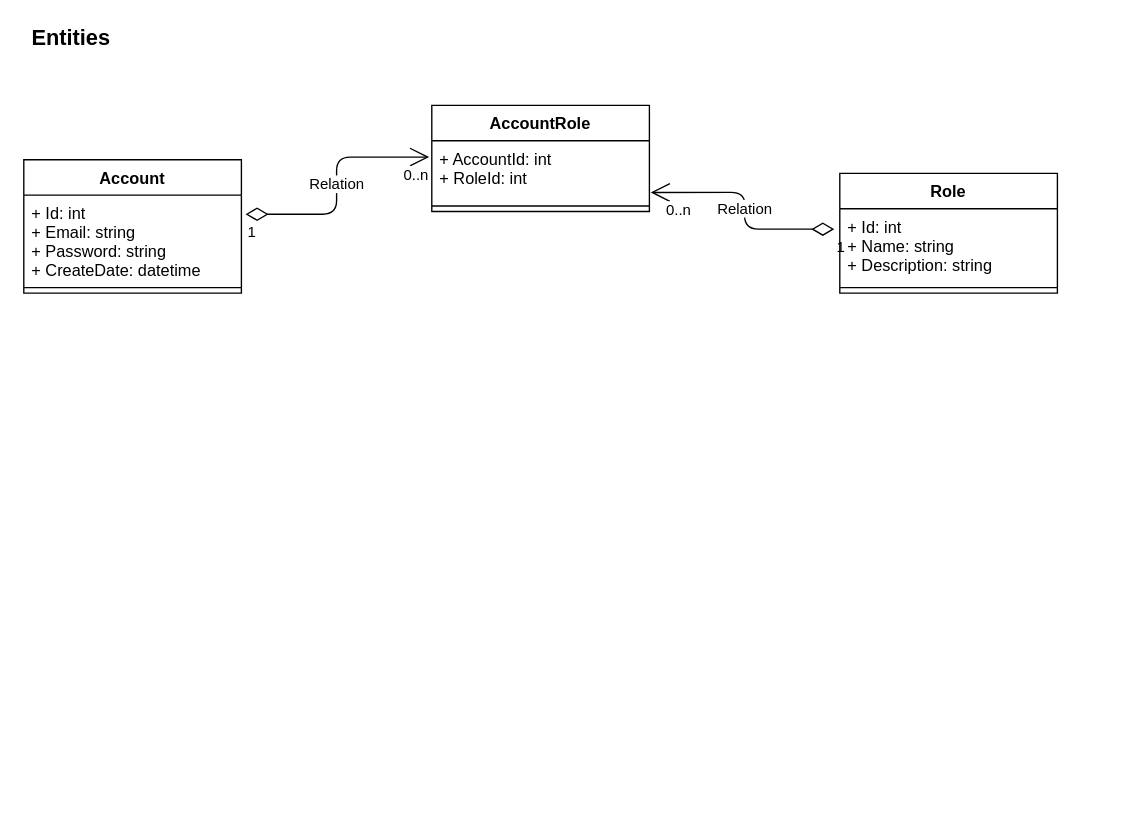
Magicianred/base-webapi-accounts-network keeps this draw.io diagram as Project/Diagrams/entities.drawio. Above is the earlier version. Source tidied: cells renumbered, new cells numbered last; positions are measured from the earlier drawing's top-left corner, leaving out a move shared by most shapes. Both pictures are drawn from the tidied source at 136%, with x=0, y=0 at pixel (23, 23).
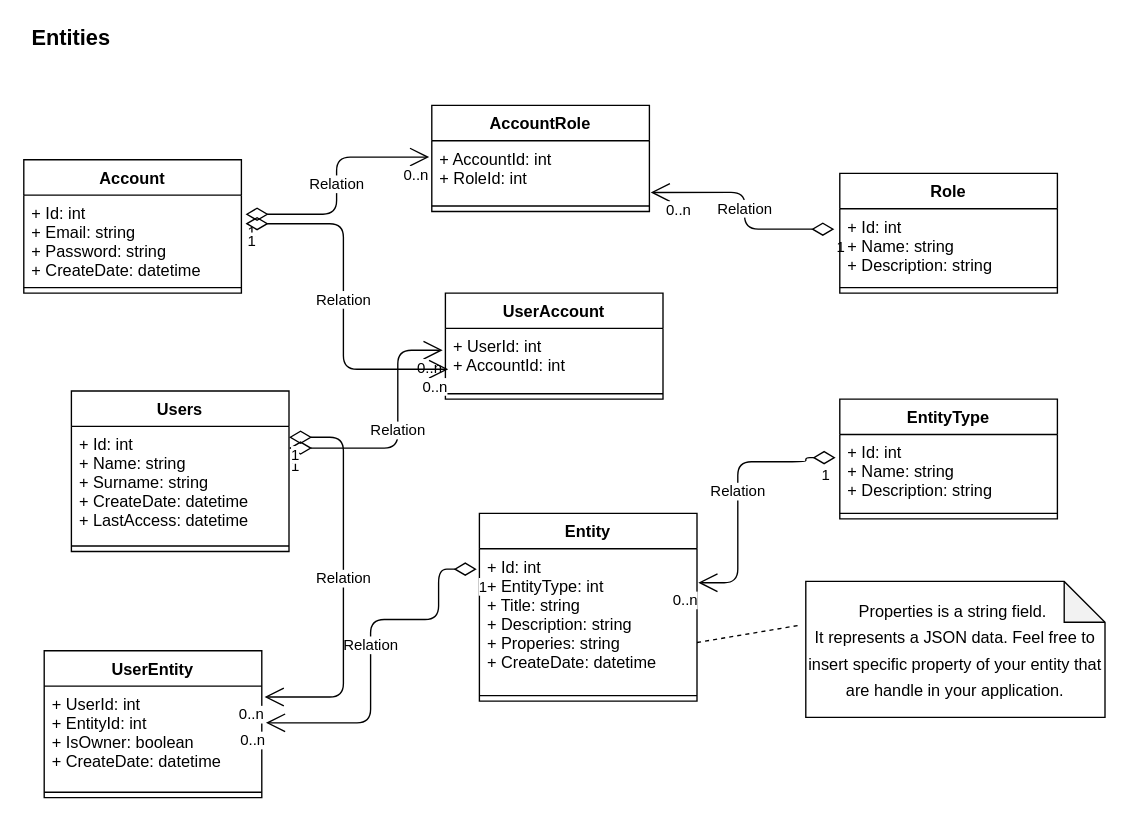
After the change.

Commit message (it also covers changes not shown here):
added some entities in the diagram

The change refers to these unchanged cells:
```xml
<mxCell id="12" value="+ Id: int&#10;+ Email: string&#10;+ Password: string&#10;+ CreateDate: datetime" style="text;strokeColor=none;fillColor=none;align=left;verticalAlign=top;spacingLeft=4;spacingRight=4;overflow=hidden;points=[[0,0.5],[1,0.5]];portConstraint=eastwest;" parent="11" vertex="1">
  <mxGeometry y="26" width="160" height="64" as="geometry" />
</mxCell>
```

What changed in the source:
```diff
@@
+    <mxCell id="18" value="Users" style="swimlane;fontStyle=1;align=center;verticalAlign=top;horizontal=1;startSize=26;" parent="1" vertex="1">
+      <mxGeometry x="35" y="270" width="160" height="118" as="geometry" />
+    </mxCell>
+    <mxCell id="19" value="+ Id: int&#10;+ Name: string&#10;+ Surname: string&#10;+ CreateDate: datetime&#10;+ LastAccess: datetime" style="text;strokeColor=none;fillColor=none;align=left;verticalAlign=top;spacingLeft=4;spacingRight=4;overflow=hidden;points=[[0,0.5],[1,0.5]];portConstraint=eastwest;" parent="18" vertex="1">
+      <mxGeometry y="26" width="160" height="84" as="geometry" />
+    </mxCell>
+    <mxCell id="20" style="line;strokeWidth=1;fillColor=none;align=left;verticalAlign=middle;spacingTop=-1;spacingLeft=3;spacingRight=3;labelPosition=right;" parent="18" vertex="1">
+      <mxGeometry y="110" width="160" height="8" as="geometry" />
+    </mxCell>
+    <mxCell id="21" value="UserAccount" style="swimlane;fontStyle=1;align=center;verticalAlign=top;horizontal=1;startSize=26;" parent="1" vertex="1">
+      <mxGeometry x="310" y="198" width="160" height="78" as="geometry" />
+    </mxCell>
+    <mxCell id="22" value="+ UserId: int&#10;+ AccountId: int" style="text;strokeColor=none;fillColor=none;align=left;verticalAlign=top;spacingLeft=4;spacingRight=4;overflow=hidden;points=[[0,0.5],[1,0.5]];portConstraint=eastwest;" parent="21" vertex="1">
+      <mxGeometry y="26" width="160" height="44" as="geometry" />
+    </mxCell>
+    <mxCell id="23" style="line;strokeWidth=1;fillColor=none;align=left;verticalAlign=middle;spacingTop=-1;spacingLeft=3;spacingRight=3;labelPosition=right;" parent="21" vertex="1">
+      <mxGeometry y="70" width="160" height="8" as="geometry" />
+    </mxCell>
+    <mxCell id="24" value="Relation" style="endArrow=open;html=1;endSize=12;startArrow=diamondThin;startSize=14;startFill=0;edgeStyle=orthogonalEdgeStyle;exitX=1;exitY=0.19;exitDx=0;exitDy=0;exitPerimeter=0;" parent="1" edge="1" source="19">
+      <mxGeometry relative="1" as="geometry">
+        <mxPoint x="308" y="240" as="targetPoint" />
+        <Array as="points">
+          <mxPoint x="275" y="312" />
+          <mxPoint x="275" y="240" />
+        </Array>
+      </mxGeometry>
+    </mxCell>
+    <mxCell id="25" value="1" style="edgeLabel;html=1;align=left;verticalAlign=top;" parent="24" vertex="1">
+      <mxGeometry x="-1" relative="1" as="geometry" />
+    </mxCell>
+    <mxCell id="26" value="&lt;span style=&quot;text-align: left&quot;&gt;0..n&lt;/span&gt;" style="edgeLabel;html=1;align=right;verticalAlign=top;" parent="24" vertex="1">
+      <mxGeometry x="1" relative="1" as="geometry" />
+    </mxCell>
+    <mxCell id="27" value="Relation" style="endArrow=open;html=1;endSize=12;startArrow=diamondThin;startSize=14;startFill=0;edgeStyle=orthogonalEdgeStyle;exitX=1.019;exitY=0.328;exitDx=0;exitDy=0;exitPerimeter=0;entryX=0.013;entryY=0.682;entryDx=0;entryDy=0;entryPerimeter=0;" parent="1" edge="1" source="12" target="22">
+      <mxGeometry relative="1" as="geometry" />
+    </mxCell>
+    <mxCell id="28" value="1" style="edgeLabel;html=1;align=left;verticalAlign=top;" parent="27" vertex="1">
+      <mxGeometry x="-1" relative="1" as="geometry" />
+    </mxCell>
+    <mxCell id="29" value="&lt;span style=&quot;text-align: left&quot;&gt;0..n&lt;/span&gt;" style="edgeLabel;html=1;align=right;verticalAlign=top;" parent="27" vertex="1">
+      <mxGeometry x="1" relative="1" as="geometry" />
+    </mxCell>
+    <mxCell id="30" value="EntityType" style="swimlane;fontStyle=1;align=center;verticalAlign=top;horizontal=1;startSize=26;" parent="1" vertex="1">
+      <mxGeometry x="600" y="276" width="160" height="88" as="geometry" />
+    </mxCell>
+    <mxCell id="31" value="+ Id: int&#10;+ Name: string&#10;+ Description: string" style="text;strokeColor=none;fillColor=none;align=left;verticalAlign=top;spacingLeft=4;spacingRight=4;overflow=hidden;points=[[0,0.5],[1,0.5]];portConstraint=eastwest;" parent="30" vertex="1">
+      <mxGeometry y="26" width="160" height="54" as="geometry" />
+    </mxCell>
+    <mxCell id="32" style="line;strokeWidth=1;fillColor=none;align=left;verticalAlign=middle;spacingTop=-1;spacingLeft=3;spacingRight=3;labelPosition=right;" parent="30" vertex="1">
+      <mxGeometry y="80" width="160" height="8" as="geometry" />
+    </mxCell>
+    <mxCell id="33" value="&lt;font style=&quot;font-size: 12px&quot;&gt;Properties is a string field.&amp;nbsp;&lt;br&gt;It represents a JSON data. Feel free to insert specific property of your entity that are handle in your application.&lt;/font&gt;" style="shape=note;whiteSpace=wrap;html=1;backgroundOutline=1;darkOpacity=0.05;fontSize=16;" parent="1" vertex="1">
+      <mxGeometry x="575" y="410" width="220" height="100" as="geometry" />
+    </mxCell>
+    <mxCell id="34" value="Entity" style="swimlane;fontStyle=1;align=center;verticalAlign=top;horizontal=1;startSize=26;" parent="1" vertex="1">
+      <mxGeometry x="335" y="360" width="160" height="138" as="geometry" />
+    </mxCell>
+    <mxCell id="35" value="+ Id: int&#10;+ EntityType: int&#10;+ Title: string&#10;+ Description: string&#10;+ Properies: string&#10;+ CreateDate: datetime" style="text;strokeColor=none;fillColor=none;align=left;verticalAlign=top;spacingLeft=4;spacingRight=4;overflow=hidden;points=[[0,0.5],[1,0.5]];portConstraint=eastwest;" parent="34" vertex="1">
+      <mxGeometry y="26" width="160" height="104" as="geometry" />
+    </mxCell>
+    <mxCell id="36" style="line;strokeWidth=1;fillColor=none;align=left;verticalAlign=middle;spacingTop=-1;spacingLeft=3;spacingRight=3;labelPosition=right;" parent="34" vertex="1">
+      <mxGeometry y="130" width="160" height="8" as="geometry" />
+    </mxCell>
+    <mxCell id="37" style="endArrow=none;dashed=1;html=1;fontSize=16;exitX=1;exitY=0.663;exitDx=0;exitDy=0;exitPerimeter=0;entryX=-0.014;entryY=0.32;entryDx=0;entryDy=0;entryPerimeter=0;" parent="1" edge="1" source="35" target="33">
+      <mxGeometry relative="1" as="geometry" />
+    </mxCell>
+    <mxCell id="38" value="UserEntity" style="swimlane;fontStyle=1;align=center;verticalAlign=top;horizontal=1;startSize=26;" parent="1" vertex="1">
+      <mxGeometry x="15" y="461" width="160" height="108" as="geometry" />
+    </mxCell>
+    <mxCell id="39" value="+ UserId: int&#10;+ EntityId: int&#10;+ IsOwner: boolean&#10;+ CreateDate: datetime" style="text;strokeColor=none;fillColor=none;align=left;verticalAlign=top;spacingLeft=4;spacingRight=4;overflow=hidden;points=[[0,0.5],[1,0.5]];portConstraint=eastwest;" parent="38" vertex="1">
+      <mxGeometry y="26" width="160" height="74" as="geometry" />
+    </mxCell>
+    <mxCell id="40" style="line;strokeWidth=1;fillColor=none;align=left;verticalAlign=middle;spacingTop=-1;spacingLeft=3;spacingRight=3;labelPosition=right;" parent="38" vertex="1">
+      <mxGeometry y="100" width="160" height="8" as="geometry" />
+    </mxCell>
+    <mxCell id="41" value="Relation" style="endArrow=open;html=1;endSize=12;startArrow=diamondThin;startSize=14;startFill=0;edgeStyle=orthogonalEdgeStyle;exitX=-0.019;exitY=0.315;exitDx=0;exitDy=0;exitPerimeter=0;entryX=1.006;entryY=0.24;entryDx=0;entryDy=0;entryPerimeter=0;" parent="1" edge="1" source="31" target="35">
+      <mxGeometry relative="1" as="geometry">
+        <Array as="points">
+          <mxPoint x="575" y="319" />
+          <mxPoint x="575" y="322" />
+          <mxPoint x="525" y="322" />
+          <mxPoint x="525" y="411" />
+        </Array>
+      </mxGeometry>
+    </mxCell>
+    <mxCell id="42" value="1" style="edgeLabel;html=1;align=left;verticalAlign=top;" parent="41" vertex="1">
+      <mxGeometry x="-1" relative="1" as="geometry">
+        <mxPoint x="-12" as="offset" />
+      </mxGeometry>
+    </mxCell>
+    <mxCell id="43" value="&lt;span style=&quot;text-align: left&quot;&gt;0..n&lt;/span&gt;" style="edgeLabel;html=1;align=right;verticalAlign=top;" parent="41" vertex="1">
+      <mxGeometry x="1" relative="1" as="geometry" />
+    </mxCell>
+    <mxCell id="44" value="Relation" style="endArrow=open;html=1;endSize=12;startArrow=diamondThin;startSize=14;startFill=0;edgeStyle=orthogonalEdgeStyle;exitX=-0.012;exitY=0.144;exitDx=0;exitDy=0;exitPerimeter=0;entryX=1.019;entryY=0.365;entryDx=0;entryDy=0;entryPerimeter=0;" parent="1" edge="1" source="35" target="39">
+      <mxGeometry relative="1" as="geometry">
+        <Array as="points">
+          <mxPoint x="305" y="401" />
+          <mxPoint x="305" y="438" />
+          <mxPoint x="255" y="438" />
+          <mxPoint x="255" y="514" />
+        </Array>
+      </mxGeometry>
+    </mxCell>
+    <mxCell id="45" value="1" style="edgeLabel;html=1;align=left;verticalAlign=top;" parent="44" vertex="1">
+      <mxGeometry x="-1" relative="1" as="geometry" />
+    </mxCell>
+    <mxCell id="46" value="&lt;span style=&quot;text-align: left&quot;&gt;0..n&lt;/span&gt;" style="edgeLabel;html=1;align=right;verticalAlign=top;" parent="44" vertex="1">
+      <mxGeometry x="1" relative="1" as="geometry" />
+    </mxCell>
+    <mxCell id="47" value="Relation" style="endArrow=open;html=1;endSize=12;startArrow=diamondThin;startSize=14;startFill=0;edgeStyle=orthogonalEdgeStyle;exitX=1;exitY=0.095;exitDx=0;exitDy=0;exitPerimeter=0;entryX=1.013;entryY=0.108;entryDx=0;entryDy=0;entryPerimeter=0;" parent="1" edge="1" source="19" target="39">
+      <mxGeometry relative="1" as="geometry">
+        <Array as="points">
+          <mxPoint x="235" y="304" />
+          <mxPoint x="235" y="495" />
+        </Array>
+      </mxGeometry>
+    </mxCell>
+    <mxCell id="48" value="1" style="edgeLabel;html=1;align=left;verticalAlign=top;" parent="47" vertex="1">
+      <mxGeometry x="-1" relative="1" as="geometry" />
+    </mxCell>
+    <mxCell id="49" value="&lt;span style=&quot;text-align: left&quot;&gt;0..n&lt;/span&gt;" style="edgeLabel;html=1;align=right;verticalAlign=top;" parent="47" vertex="1">
+      <mxGeometry x="1" relative="1" as="geometry" />
+    </mxCell>
```
